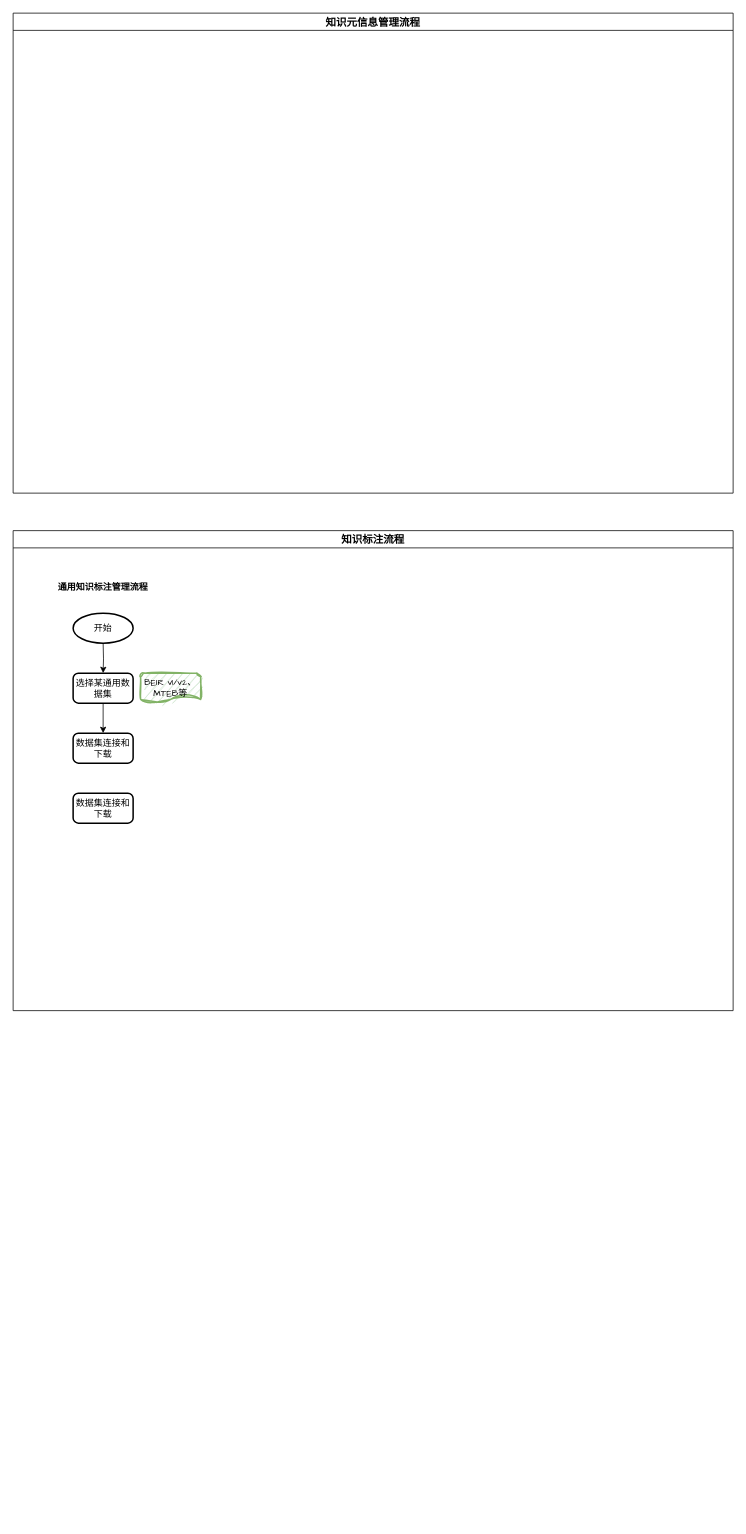
Before: page "核心流程详细设计" (2 of 2) of biz_flow/企业知识平台设计.drawio in hlld3344/diagrams, a draw.io diagram. Source tidied: cells renumbered, new cells numbered last; positions are measured from the earlier drawing's top-left corner, leaving out a move shared by most shapes. Both pictures are drawn from the tidied source at 75%, with x=0, y=0 at pixel (13, 13).
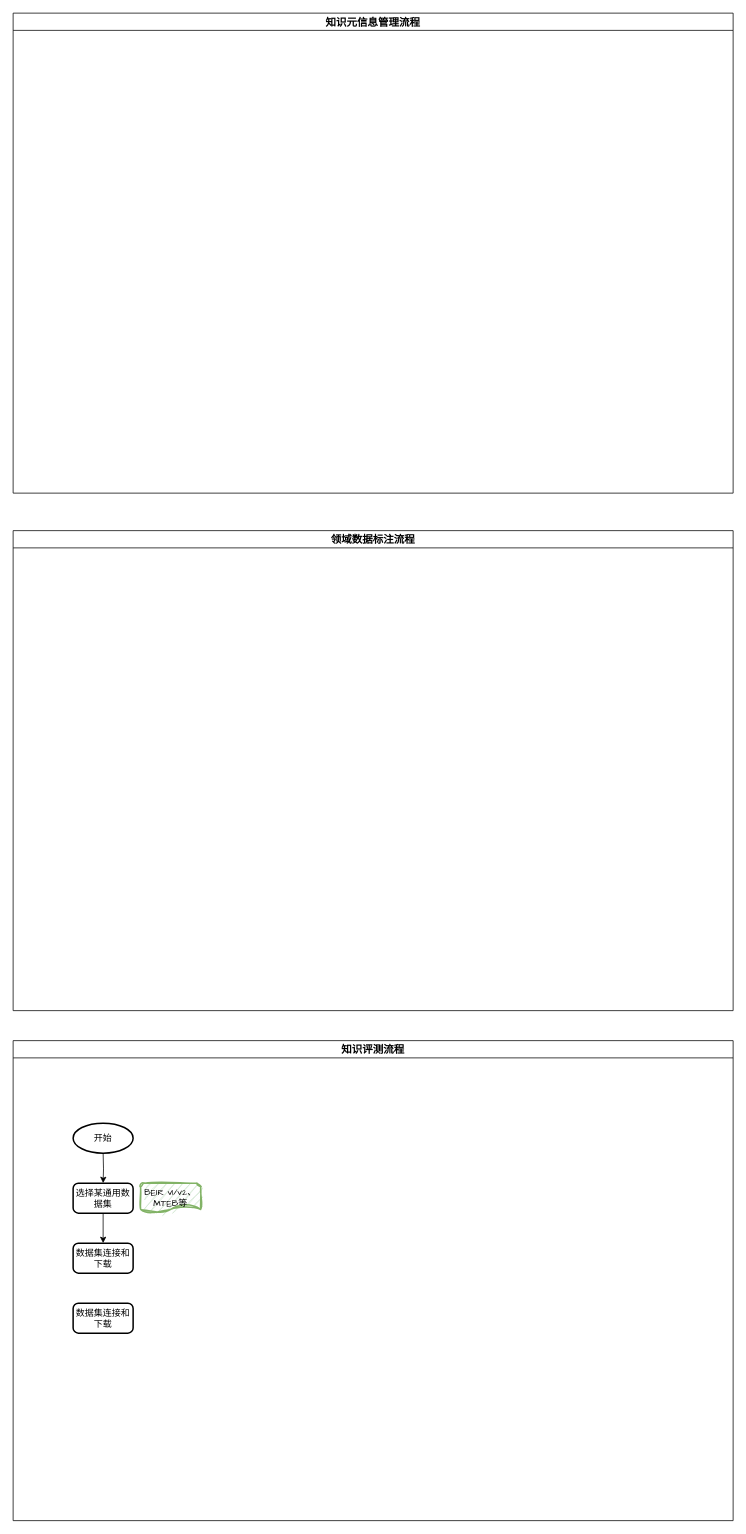
The same diagram, later.

Commit message:
更新企业知识平台设计.drawio

What changed in the source:
```diff
@@
 <mxGraphModel>
   <root>
     <mxCell id="0" />
     <mxCell id="1" parent="0" />
     <mxCell id="2" value="&lt;font style=&quot;font-size: 14px;&quot;&gt;知识元信息管理流程&lt;/font&gt;" style="swimlane;whiteSpace=wrap;html=1;" parent="1" vertex="1">
       <mxGeometry width="960" height="640" as="geometry" />
     </mxCell>
-    <mxCell id="3" value="&lt;font style=&quot;font-size: 14px;&quot;&gt;知识标注流程&lt;/font&gt;" style="swimlane;whiteSpace=wrap;html=1;" parent="1" vertex="1">
+    <mxCell id="3" value="&lt;font style=&quot;font-size: 14px;&quot;&gt;领域数据标注流程&lt;/font&gt;" style="swimlane;whiteSpace=wrap;html=1;" parent="1" vertex="1">
       <mxGeometry y="690" width="960" height="640" as="geometry" />
     </mxCell>
-    <mxCell id="4" style="edgeStyle=orthogonalEdgeStyle;rounded=0;jettySize=auto;html=1;exitX=0.5;exitY=1;exitDx=0;exitDy=0;exitPerimeter=0;" parent="3" edge="1" target="6">
-      <mxGeometry relative="1" as="geometry">
-        <mxPoint x="120" y="150" as="sourcePoint" />
-      </mxGeometry>
-    </mxCell>
+    <mxCell id="12" value="&lt;font style=&quot;font-size: 14px;&quot;&gt;知识评测流程&lt;/font&gt;" style="swimlane;whiteSpace=wrap;html=1;" parent="1" vertex="1">
+      <mxGeometry y="1370" width="960" height="640" as="geometry" />
+    </mxCell>
+    <mxCell id="13" style="edgeStyle=orthogonalEdgeStyle;rounded=0;jettySize=auto;html=1;exitX=0.5;exitY=1;exitDx=0;exitDy=0;exitPerimeter=0;" parent="12" edge="1" target="6">
+      <mxGeometry relative="1" as="geometry">
+        <mxPoint x="120" y="150" as="sourcePoint" />
+      </mxGeometry>
+    </mxCell>
-    <mxCell id="5" style="edgeStyle=orthogonalEdgeStyle;rounded=0;jettySize=auto;html=1;exitX=0.5;exitY=1;exitDx=0;exitDy=0;entryX=0.5;entryY=0;entryDx=0;entryDy=0;" parent="3" edge="1" source="6" target="10">
+    <mxCell id="5" style="edgeStyle=orthogonalEdgeStyle;rounded=0;jettySize=auto;html=1;exitX=0.5;exitY=1;exitDx=0;exitDy=0;entryX=0.5;entryY=0;entryDx=0;entryDy=0;" parent="12" edge="1" source="6" target="10">
       <mxGeometry relative="1" as="geometry" />
     </mxCell>
-    <mxCell id="6" value="选择某通用数据集" style="rounded=1;whiteSpace=wrap;html=1;absoluteArcSize=1;arcSize=14;strokeWidth=2;" parent="3" vertex="1">
+    <mxCell id="6" value="选择某通用数据集" style="rounded=1;whiteSpace=wrap;html=1;absoluteArcSize=1;arcSize=14;strokeWidth=2;" parent="12" vertex="1">
       <mxGeometry x="80" y="190" width="80" height="40" as="geometry" />
     </mxCell>
-    <mxCell id="7" value="开始" style="strokeWidth=2;html=1;shape=mxgraph.flowchart.start_1;whiteSpace=wrap;" parent="3" vertex="1">
+    <mxCell id="7" value="开始" style="strokeWidth=2;html=1;shape=mxgraph.flowchart.start_1;whiteSpace=wrap;" parent="12" vertex="1">
       <mxGeometry x="80" y="110" width="80" height="40" as="geometry" />
     </mxCell>
-    <mxCell id="8" value="通用知识标注管理流程" style="text;html=1;align=center;verticalAlign=middle;whiteSpace=wrap;rounded=0;fontStyle=1;" parent="3" vertex="1">
-      <mxGeometry x="50" y="60" width="140" height="30" as="geometry" />
-    </mxCell>
-    <mxCell id="9" value="BEIR v1/v2、MTEB等" style="strokeWidth=2;html=1;shape=mxgraph.flowchart.document2;whiteSpace=wrap;size=0.25;fillColor=#d5e8d4;strokeColor=#82b366;sketch=1;curveFitting=1;jiggle=2;fontFamily=Comic Sans MS;" parent="3" vertex="1">
+    <mxCell id="9" value="BEIR v1/v2、MTEB等" style="strokeWidth=2;html=1;shape=mxgraph.flowchart.document2;whiteSpace=wrap;size=0.25;fillColor=#d5e8d4;strokeColor=#82b366;sketch=1;curveFitting=1;jiggle=2;fontFamily=Comic Sans MS;" parent="12" vertex="1">
       <mxGeometry x="170" y="190" width="80" height="40" as="geometry" />
     </mxCell>
-    <mxCell id="10" value="数据集连接和下载" style="rounded=1;whiteSpace=wrap;html=1;absoluteArcSize=1;arcSize=14;strokeWidth=2;" parent="3" vertex="1">
+    <mxCell id="10" value="数据集连接和下载" style="rounded=1;whiteSpace=wrap;html=1;absoluteArcSize=1;arcSize=14;strokeWidth=2;" parent="12" vertex="1">
       <mxGeometry x="80" y="270" width="80" height="40" as="geometry" />
     </mxCell>
-    <mxCell id="11" value="数据集连接和下载" style="rounded=1;whiteSpace=wrap;html=1;absoluteArcSize=1;arcSize=14;strokeWidth=2;" parent="3" vertex="1">
+    <mxCell id="11" value="数据集连接和下载" style="rounded=1;whiteSpace=wrap;html=1;absoluteArcSize=1;arcSize=14;strokeWidth=2;" parent="12" vertex="1">
       <mxGeometry x="80" y="350" width="80" height="40" as="geometry" />
     </mxCell>
   </root>
 </mxGraphModel>
```
